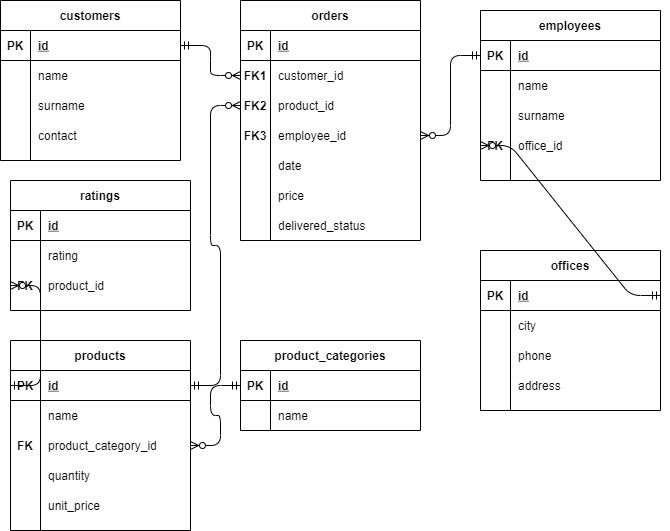
Before: shop.png, a diagram exported from draw.io (dima-xd/golang-training-shop). Source tidied: cells renumbered, new cells last; positions are measured from the earlier drawing's top-left corner, leaving out a move shared by most shapes.
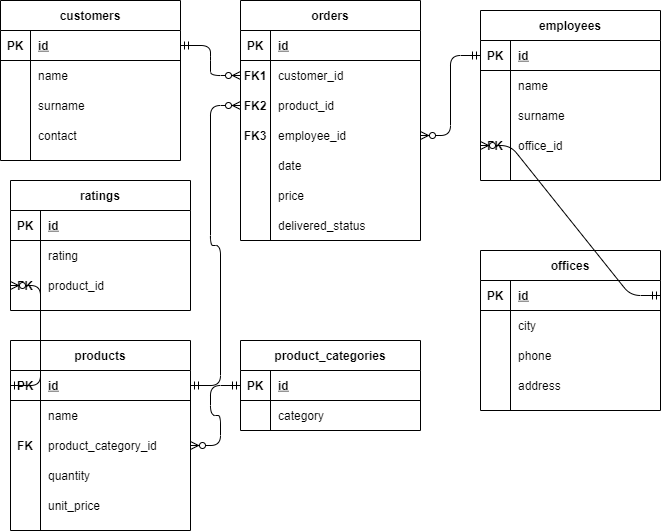
The same diagram one commit later.

Commit message:
update shop diagram

What changed in the source:
```diff
@@ -221,7 +221,7 @@
     <mxCell id="74" style="shape=partialRectangle;fillColor=none;top=0;left=0;bottom=0;right=0;overflow=hidden;" parent="73" vertex="1">
       <mxGeometry width="30" height="30" as="geometry" />
     </mxCell>
-    <mxCell id="75" value="name" style="shape=partialRectangle;fillColor=none;top=0;left=0;bottom=0;right=0;align=left;spacingLeft=6;overflow=hidden;" parent="73" vertex="1">
+    <mxCell id="75" value="category" style="shape=partialRectangle;fillColor=none;top=0;left=0;bottom=0;right=0;align=left;spacingLeft=6;overflow=hidden;" parent="73" vertex="1">
       <mxGeometry x="30" width="150" height="30" as="geometry" />
     </mxCell>
     <mxCell id="76" style="edgeStyle=entityRelationEdgeStyle;fontSize=12;html=1;endArrow=ERzeroToMany;startArrow=ERmandOne;exitX=0;exitY=0.5;exitDx=0;exitDy=0;entryX=1;entryY=0.5;entryDx=0;entryDy=0;" parent="1" edge="1" source="70" target="57">
```
